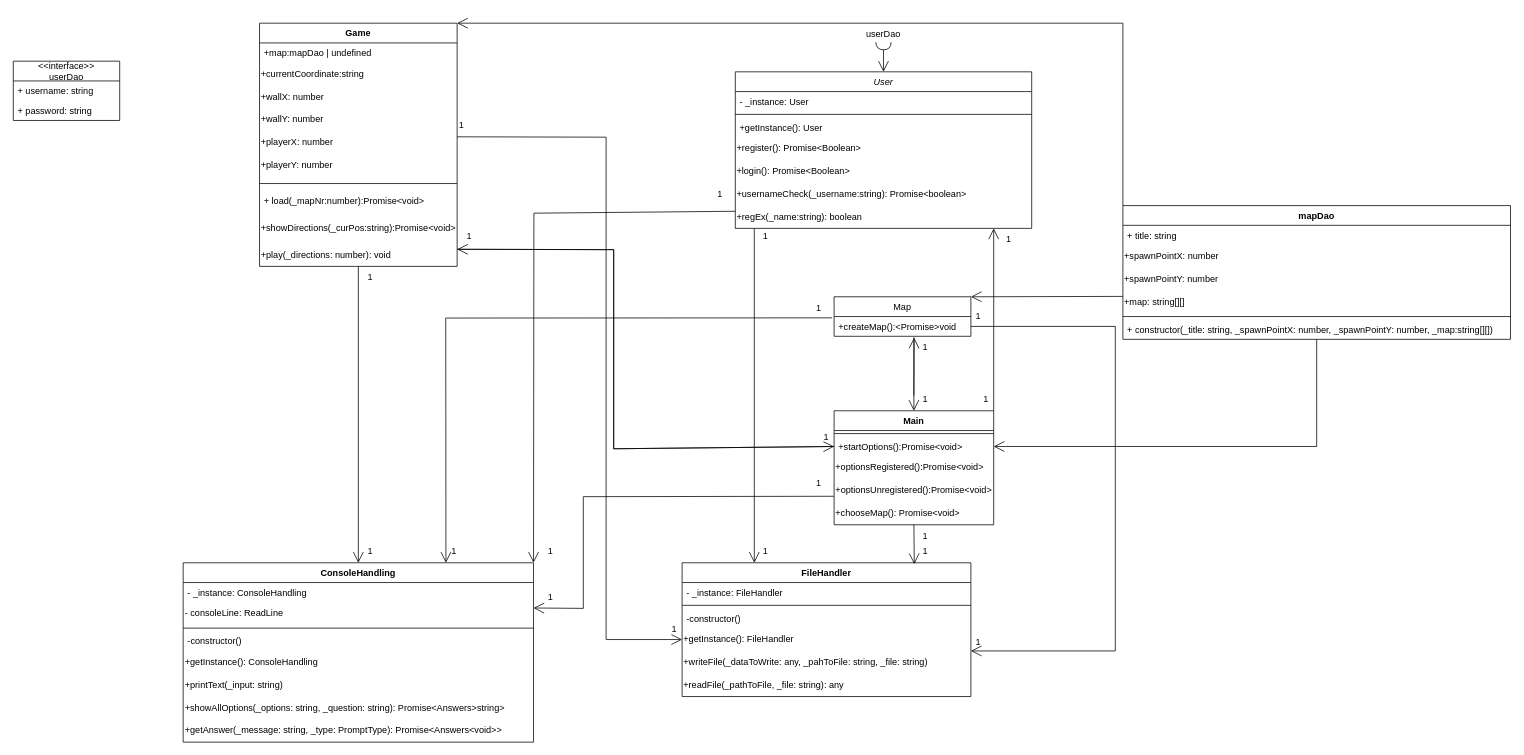
NikitaGae/SoftwareDesign keeps this draw.io diagram as UML/Klassendiagramm.drawio. Above is the earlier version. Source tidied: cells renumbered, new cells numbered last; positions are measured from the earlier drawing's top-left corner, leaving out a move shared by most shapes. Both pictures are drawn from the tidied source at 76%, with x=0, y=0 at pixel (13, 23).
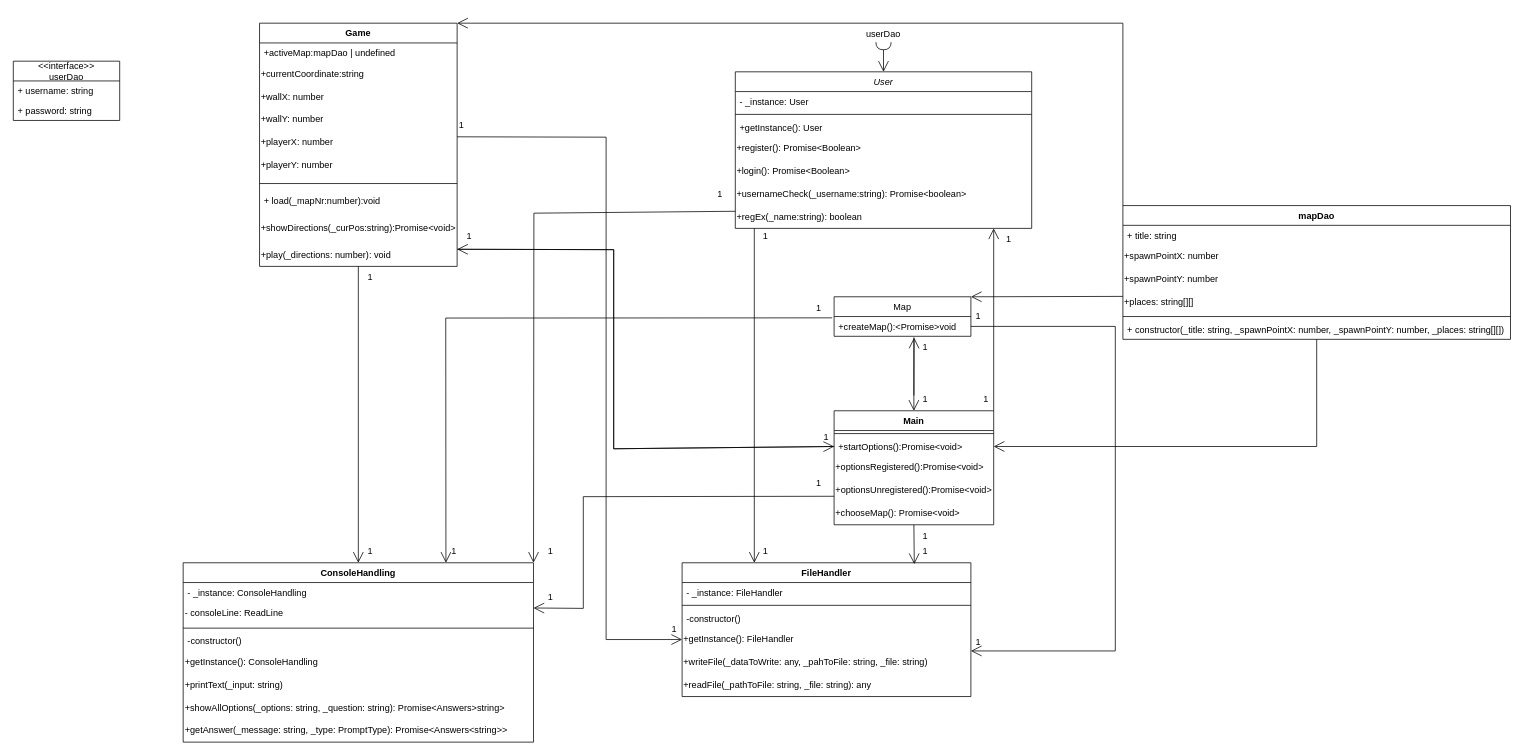
The same page after the edit.

Unchanged cells that the change refers to:
```xml
<mxCell id="12" value="Game" style="swimlane;fontStyle=1;align=center;verticalAlign=top;horizontal=1;startSize=26;" parent="1" vertex="1">
  <mxGeometry x="324" width="260" height="320" as="geometry" />
</mxCell>
<mxCell id="29" value="ConsoleHandling" style="swimlane;fontStyle=1;align=center;verticalAlign=top;horizontal=1;startSize=26;" parent="1" vertex="1">
  <mxGeometry x="223.5" y="710" width="461" height="236" as="geometry" />
</mxCell>
<mxCell id="38" value="FileHandler" style="swimlane;fontStyle=1;align=center;verticalAlign=top;horizontal=1;startSize=26;" parent="1" vertex="1">
  <mxGeometry x="880" y="710" width="380" height="176" as="geometry" />
</mxCell>
<mxCell id="54" value="mapDao" style="swimlane;fontStyle=1;align=center;verticalAlign=top;horizontal=1;startSize=26;" parent="1" vertex="1">
  <mxGeometry x="1460" y="240" width="510" height="176" as="geometry" />
</mxCell>
```

What changed in the source:
```diff
@@
-    <mxCell id="13" value="+map:mapDao | undefined" style="text;strokeColor=none;fillColor=none;align=left;verticalAlign=top;spacingLeft=4;spacingRight=4;overflow=hidden;" parent="12" vertex="1">
+    <mxCell id="13" value="+activeMap:mapDao | undefined" style="text;strokeColor=none;fillColor=none;align=left;verticalAlign=top;spacingLeft=4;spacingRight=4;overflow=hidden;" parent="12" vertex="1">
       <mxGeometry y="26" width="260" height="26" as="geometry" />
     </mxCell>
@@
-    <mxCell id="20" value="+ load(_mapNr:number):Promise&lt;void&gt;" style="text;strokeColor=none;fillColor=none;align=left;verticalAlign=top;spacingLeft=4;spacingRight=4;overflow=hidden;" parent="12" vertex="1">
+    <mxCell id="20" value="+ load(_mapNr:number):void" style="text;strokeColor=none;fillColor=none;align=left;verticalAlign=top;spacingLeft=4;spacingRight=4;overflow=hidden;" parent="12" vertex="1">
       <mxGeometry y="220" width="260" height="30" as="geometry" />
     </mxCell>
@@
-    <mxCell id="37" value="+getAnswer(_message: string, _type: PromptType): Promise&amp;lt;Answers&amp;lt;void&amp;gt;&amp;gt;" style="text;html=1;strokeColor=none;fillColor=none;align=left;verticalAlign=middle;whiteSpace=wrap;rounded=0;" parent="29" vertex="1">
+    <mxCell id="37" value="+getAnswer(_message: string, _type: PromptType): Promise&amp;lt;Answers&amp;lt;string&amp;gt;&amp;gt;" style="text;html=1;strokeColor=none;fillColor=none;align=left;verticalAlign=middle;whiteSpace=wrap;rounded=0;" parent="29" vertex="1">
       <mxGeometry y="206" width="461" height="30" as="geometry" />
     </mxCell>
@@
-    <mxCell id="44" value="+readFile(_pathToFile, _file: string): any" style="text;html=1;strokeColor=none;fillColor=none;align=left;verticalAlign=middle;whiteSpace=wrap;rounded=0;" parent="38" vertex="1">
+    <mxCell id="44" value="+readFile(_pathToFile: string, _file: string): any" style="text;html=1;strokeColor=none;fillColor=none;align=left;verticalAlign=middle;whiteSpace=wrap;rounded=0;" parent="38" vertex="1">
       <mxGeometry y="146" width="380" height="30" as="geometry" />
     </mxCell>
@@
-    <mxCell id="58" value="+map: string[][]" style="text;html=1;strokeColor=none;fillColor=none;align=left;verticalAlign=middle;whiteSpace=wrap;rounded=0;" parent="54" vertex="1">
+    <mxCell id="58" value="+places: string[][]" style="text;html=1;strokeColor=none;fillColor=none;align=left;verticalAlign=middle;whiteSpace=wrap;rounded=0;" parent="54" vertex="1">
       <mxGeometry y="112" width="510" height="30" as="geometry" />
     </mxCell>
@@
-    <mxCell id="60" value="+ constructor(_title: string, _spawnPointX: number, _spawnPointY: number, _map:string[][])" style="text;strokeColor=none;fillColor=none;align=left;verticalAlign=top;spacingLeft=4;spacingRight=4;overflow=hidden;points=[[0,0.5],[1,0.5]];portConstraint=eastwest;" parent="54" vertex="1">
+    <mxCell id="60" value="+ constructor(_title: string, _spawnPointX: number, _spawnPointY: number, _places: string[][])" style="text;strokeColor=none;fillColor=none;align=left;verticalAlign=top;spacingLeft=4;spacingRight=4;overflow=hidden;points=[[0,0.5],[1,0.5]];portConstraint=eastwest;" parent="54" vertex="1">
       <mxGeometry y="150" width="510" height="26" as="geometry" />
     </mxCell>
```
